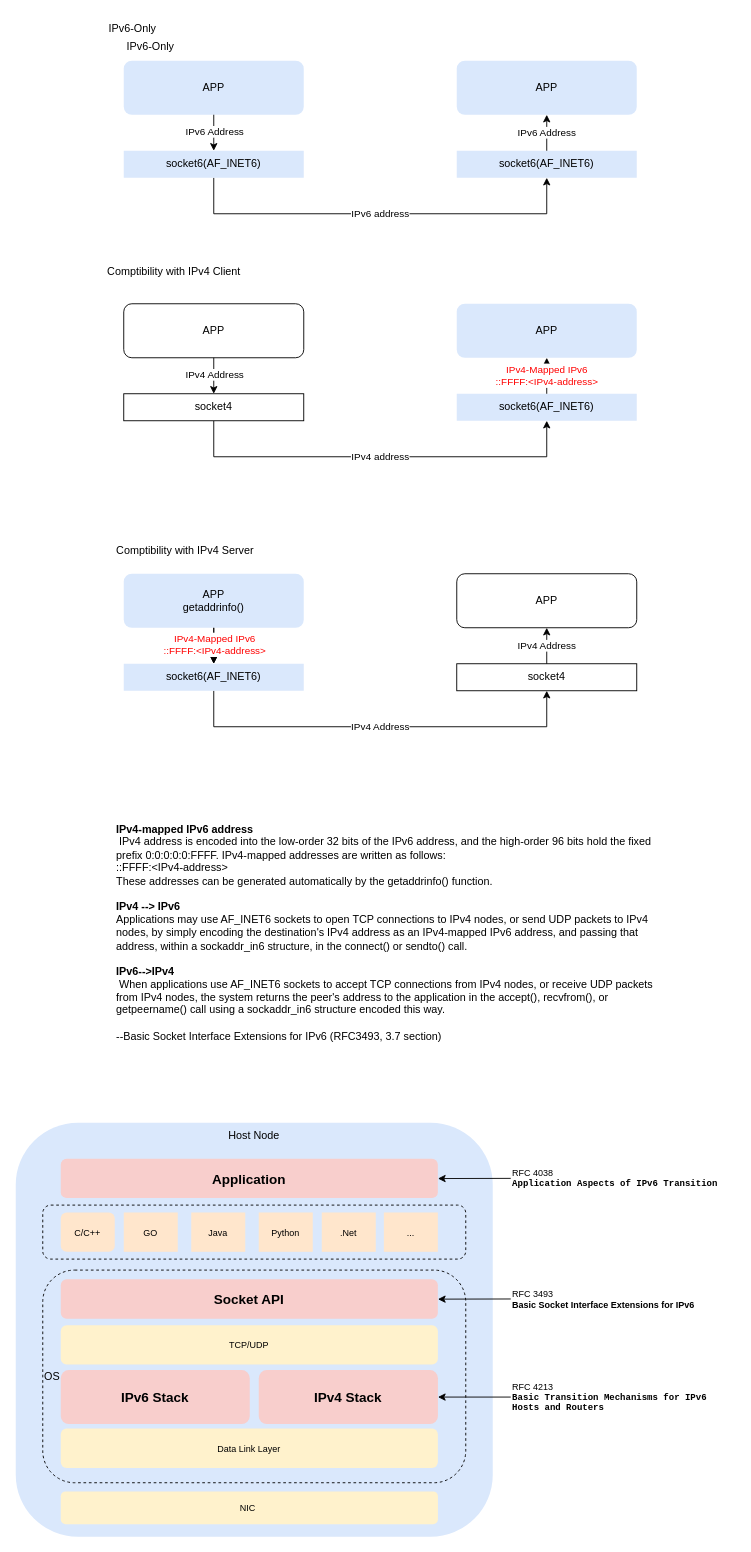
This is Dual-Stack Socket.drawio from anorqiu9/drawio, a draw.io file, before an edit. Source tidied: cells renumbered, new cells numbered last; positions are measured from the earlier drawing's top-left corner, leaving out a move shared by most shapes. Both pictures are drawn from the tidied source at 90%, with x=0, y=0 at pixel (15, 15).
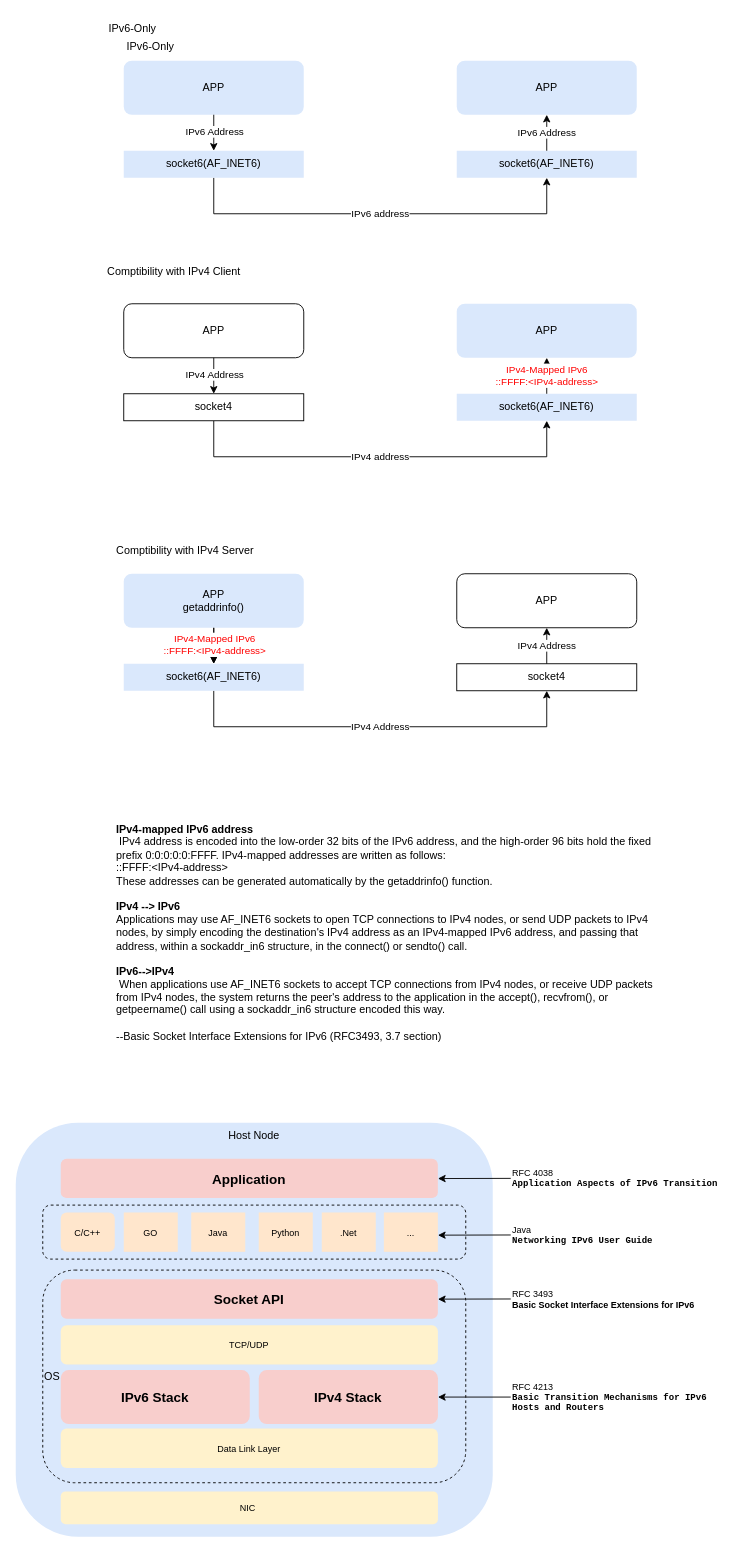
The same page after the edit.

Diff of the diagram source:
```diff
@@
+    <mxCell id="54" value="&lt;div style=&quot;font-size: 10px;&quot;&gt;Java&lt;/div&gt;&lt;div style=&quot;&quot;&gt;&lt;pre style=&quot;margin-top: 0px; margin-bottom: 0px;&quot;&gt;&lt;b&gt;Networking IPv6 User Guide&lt;/b&gt;&lt;br&gt;&lt;/pre&gt;&lt;/div&gt;" style="text;html=1;align=left;verticalAlign=middle;whiteSpace=wrap;rounded=0;fontSize=10;" parent="1" vertex="1">
+      <mxGeometry x="550" y="1329.7" width="249.9" height="50" as="geometry" />
+    </mxCell>
+    <mxCell id="55" style="endArrow=classic;html=1;rounded=0;exitX=0;exitY=0.5;exitDx=0;exitDy=0;entryX=1;entryY=0.5;entryDx=0;entryDy=0;" parent="1" edge="1" source="54">
+      <mxGeometry relative="1" as="geometry">
+        <mxPoint x="469.1" y="1354.9" as="targetPoint" />
+      </mxGeometry>
+    </mxCell>
```
